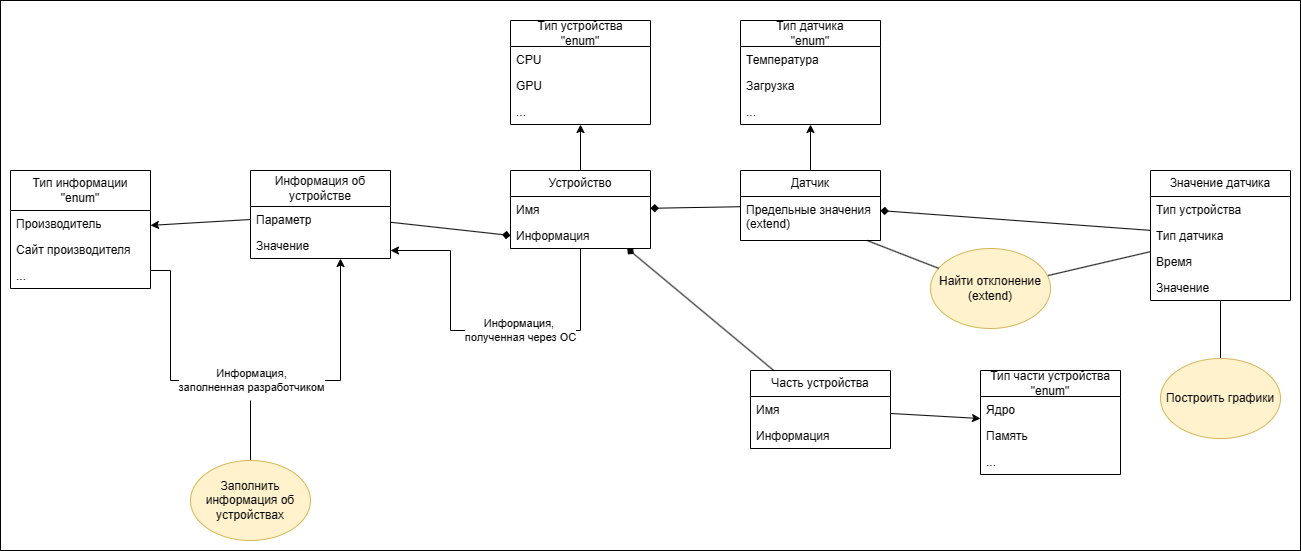
This is Диаграмма классов.png from Alekcey264/DiplomaVerevkin, a draw.io export, as it was before one commit. Source tidied: cells renumbered, new cells last; positions are measured from the earlier drawing's top-left corner, leaving out a move shared by most shapes.
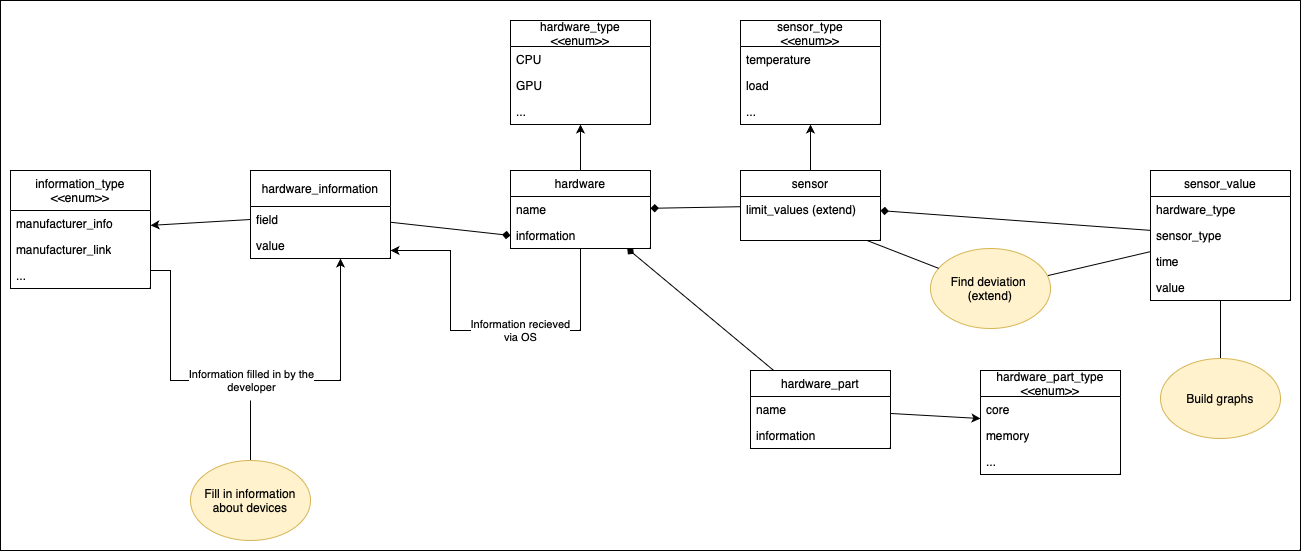
Above is the later version.

Change to the diagram source:
```diff
@@ -11,28 +11,28 @@
     <mxCell id="4" style="rounded=0;jettySize=auto;html=1;startArrow=diamond;startFill=1;endArrow=none;endFill=0;" parent="1" edge="1" source="5" target="31">
       <mxGeometry relative="1" as="geometry" />
     </mxCell>
-    <mxCell id="5" value="Устройство" style="swimlane;fontStyle=0;horizontal=1;startSize=26;fillColor=none;whiteSpace=wrap;html=1;" parent="1" vertex="1">
+    <mxCell id="5" value="hardware" style="swimlane;fontStyle=0;horizontal=1;startSize=26;fillColor=none;whiteSpace=wrap;html=1;" parent="1" vertex="1">
       <mxGeometry x="510" y="170" width="140" height="78" as="geometry" />
     </mxCell>
-    <mxCell id="6" value="Имя" style="text;strokeColor=none;fillColor=none;align=left;verticalAlign=top;spacingLeft=4;spacingRight=4;overflow=hidden;points=[[0,0.5],[1,0.5]];portConstraint=eastwest;whiteSpace=wrap;html=1;" parent="5" vertex="1">
+    <mxCell id="6" value="name" style="text;strokeColor=none;fillColor=none;align=left;verticalAlign=top;spacingLeft=4;spacingRight=4;overflow=hidden;points=[[0,0.5],[1,0.5]];portConstraint=eastwest;whiteSpace=wrap;html=1;" parent="5" vertex="1">
       <mxGeometry y="26" width="140" height="26" as="geometry" />
     </mxCell>
-    <mxCell id="7" value="Информация" style="text;strokeColor=none;fillColor=none;align=left;verticalAlign=top;spacingLeft=4;spacingRight=4;overflow=hidden;points=[[0,0.5],[1,0.5]];portConstraint=eastwest;whiteSpace=wrap;html=1;" parent="5" vertex="1">
+    <mxCell id="7" value="information" style="text;strokeColor=none;fillColor=none;align=left;verticalAlign=top;spacingLeft=4;spacingRight=4;overflow=hidden;points=[[0,0.5],[1,0.5]];portConstraint=eastwest;whiteSpace=wrap;html=1;" parent="5" vertex="1">
       <mxGeometry y="52" width="140" height="26" as="geometry" />
     </mxCell>
-    <mxCell id="8" value="Информация об устройстве" style="swimlane;fontStyle=0;horizontal=1;startSize=36;fillColor=none;whiteSpace=wrap;html=1;" parent="1" vertex="1">
+    <mxCell id="8" value="hardware_information" style="swimlane;fontStyle=0;horizontal=1;startSize=36;fillColor=none;whiteSpace=wrap;html=1;" parent="1" vertex="1">
       <mxGeometry x="250" y="170" width="140" height="88" as="geometry" />
     </mxCell>
-    <mxCell id="9" value="Параметр" style="text;strokeColor=none;fillColor=none;align=left;verticalAlign=top;spacingLeft=4;spacingRight=4;overflow=hidden;points=[[0,0.5],[1,0.5]];portConstraint=eastwest;whiteSpace=wrap;html=1;" parent="8" vertex="1">
+    <mxCell id="9" value="field" style="text;strokeColor=none;fillColor=none;align=left;verticalAlign=top;spacingLeft=4;spacingRight=4;overflow=hidden;points=[[0,0.5],[1,0.5]];portConstraint=eastwest;whiteSpace=wrap;html=1;" parent="8" vertex="1">
       <mxGeometry y="36" width="140" height="26" as="geometry" />
     </mxCell>
-    <mxCell id="10" value="Значение" style="text;strokeColor=none;fillColor=none;align=left;verticalAlign=top;spacingLeft=4;spacingRight=4;overflow=hidden;whiteSpace=wrap;html=1;" parent="8" vertex="1">
+    <mxCell id="10" value="value" style="text;strokeColor=none;fillColor=none;align=left;verticalAlign=top;spacingLeft=4;spacingRight=4;overflow=hidden;whiteSpace=wrap;html=1;" parent="8" vertex="1">
       <mxGeometry y="62" width="140" height="26" as="geometry" />
     </mxCell>
     <mxCell id="11" style="rounded=0;jettySize=auto;html=1;exitX=0;exitY=0.5;exitDx=0;exitDy=0;startArrow=diamond;startFill=1;endArrow=none;endFill=0;" parent="1" edge="1" source="7" target="8">
       <mxGeometry relative="1" as="geometry" />
     </mxCell>
-    <mxCell id="12" value="Информация, &lt;br&gt;заполненная разработчиком" style="edgeStyle=orthogonalEdgeStyle;rounded=0;jettySize=auto;html=1;" parent="1" edge="1" source="13" target="8">
+    <mxCell id="12" value="Information filled in by the&lt;br&gt;developer" style="edgeStyle=orthogonalEdgeStyle;rounded=0;jettySize=auto;html=1;" parent="1" edge="1" source="13" target="8">
       <mxGeometry relative="1" as="geometry">
         <Array as="points">
           <mxPoint x="170" y="270" />
@@ -41,13 +41,13 @@
         </Array>
       </mxGeometry>
     </mxCell>
-    <mxCell id="13" value="Тип информации&lt;br&gt;&quot;enum&quot;" style="swimlane;fontStyle=0;horizontal=1;startSize=40;fillColor=none;whiteSpace=wrap;html=1;" parent="1" vertex="1">
+    <mxCell id="13" value="information_type&lt;br&gt;&amp;lt;&amp;lt;enum&amp;gt;&amp;gt;" style="swimlane;fontStyle=0;horizontal=1;startSize=40;fillColor=none;whiteSpace=wrap;html=1;" parent="1" vertex="1">
       <mxGeometry x="10" y="170" width="140" height="118" as="geometry" />
     </mxCell>
-    <mxCell id="14" value="Производитель" style="text;strokeColor=none;fillColor=none;align=left;verticalAlign=top;spacingLeft=4;spacingRight=4;overflow=hidden;whiteSpace=wrap;html=1;" parent="13" vertex="1">
+    <mxCell id="14" value="manufacturer_info" style="text;strokeColor=none;fillColor=none;align=left;verticalAlign=top;spacingLeft=4;spacingRight=4;overflow=hidden;whiteSpace=wrap;html=1;" parent="13" vertex="1">
       <mxGeometry y="40" width="140" height="26" as="geometry" />
     </mxCell>
-    <mxCell id="15" value="Сайт производителя" style="text;strokeColor=none;fillColor=none;align=left;verticalAlign=top;spacingLeft=4;spacingRight=4;overflow=hidden;whiteSpace=wrap;html=1;" parent="13" vertex="1">
+    <mxCell id="15" value="manufacturer_link" style="text;strokeColor=none;fillColor=none;align=left;verticalAlign=top;spacingLeft=4;spacingRight=4;overflow=hidden;whiteSpace=wrap;html=1;" parent="13" vertex="1">
       <mxGeometry y="66" width="140" height="26" as="geometry" />
     </mxCell>
     <mxCell id="16" value="...&lt;br&gt;" style="text;strokeColor=none;fillColor=none;align=left;verticalAlign=top;spacingLeft=4;spacingRight=4;overflow=hidden;whiteSpace=wrap;html=1;" parent="13" vertex="1">
@@ -56,7 +56,7 @@
     <mxCell id="17" style="rounded=0;jettySize=auto;html=1;exitX=0;exitY=0.5;exitDx=0;exitDy=0;endArrow=classic;endFill=1;" parent="1" edge="1" source="9" target="13">
       <mxGeometry relative="1" as="geometry" />
     </mxCell>
-    <mxCell id="18" value="Тип устройства&lt;br&gt;&quot;enum&quot;" style="swimlane;fontStyle=0;horizontal=1;startSize=26;fillColor=none;whiteSpace=wrap;html=1;" parent="1" vertex="1">
+    <mxCell id="18" value="hardware_type&lt;br&gt;&amp;lt;&amp;lt;enum&amp;gt;&amp;gt;" style="swimlane;fontStyle=0;horizontal=1;startSize=26;fillColor=none;whiteSpace=wrap;html=1;" parent="1" vertex="1">
       <mxGeometry x="510" y="20" width="140" height="104" as="geometry" />
     </mxCell>
     <mxCell id="19" value="CPU" style="text;strokeColor=none;fillColor=none;align=left;verticalAlign=top;spacingLeft=4;spacingRight=4;overflow=hidden;whiteSpace=wrap;html=1;" parent="18" vertex="1">
@@ -74,43 +74,43 @@
     <mxCell id="23" style="rounded=0;jettySize=auto;html=1;startArrow=diamond;startFill=1;endArrow=none;endFill=0;" parent="1" edge="1" source="24" target="39">
       <mxGeometry relative="1" as="geometry" />
     </mxCell>
-    <mxCell id="24" value="Датчик" style="swimlane;fontStyle=0;horizontal=1;startSize=26;fillColor=none;whiteSpace=wrap;html=1;" parent="1" vertex="1">
+    <mxCell id="24" value="sensor" style="swimlane;fontStyle=0;horizontal=1;startSize=26;fillColor=none;whiteSpace=wrap;html=1;" parent="1" vertex="1">
       <mxGeometry x="740" y="170" width="140" height="70" as="geometry" />
     </mxCell>
-    <mxCell id="25" value="Предельные значения (extend)" style="text;strokeColor=none;fillColor=none;align=left;verticalAlign=top;spacingLeft=4;spacingRight=4;overflow=hidden;points=[[0,0.5],[1,0.5]];portConstraint=eastwest;whiteSpace=wrap;html=1;" parent="24" vertex="1">
+    <mxCell id="25" value="limit_values (extend)" style="text;strokeColor=none;fillColor=none;align=left;verticalAlign=top;spacingLeft=4;spacingRight=4;overflow=hidden;points=[[0,0.5],[1,0.5]];portConstraint=eastwest;whiteSpace=wrap;html=1;" parent="24" vertex="1">
       <mxGeometry y="26" width="140" height="44" as="geometry" />
     </mxCell>
     <mxCell id="26" style="rounded=0;jettySize=auto;html=1;startArrow=diamond;startFill=1;endArrow=none;endFill=0;" parent="1" edge="1" source="6" target="24">
       <mxGeometry relative="1" as="geometry" />
     </mxCell>
-    <mxCell id="27" value="Тип датчика&lt;br&gt;&quot;enum&quot;" style="swimlane;fontStyle=0;horizontal=1;startSize=26;fillColor=none;whiteSpace=wrap;html=1;" parent="1" vertex="1">
+    <mxCell id="27" value="sensor_type&lt;br&gt;&amp;lt;&amp;lt;enum&amp;gt;&amp;gt;" style="swimlane;fontStyle=0;horizontal=1;startSize=26;fillColor=none;whiteSpace=wrap;html=1;" parent="1" vertex="1">
       <mxGeometry x="740" y="20" width="140" height="104" as="geometry" />
     </mxCell>
-    <mxCell id="28" value="Температура" style="text;strokeColor=none;fillColor=none;align=left;verticalAlign=top;spacingLeft=4;spacingRight=4;overflow=hidden;whiteSpace=wrap;html=1;" parent="27" vertex="1">
+    <mxCell id="28" value="temperature" style="text;strokeColor=none;fillColor=none;align=left;verticalAlign=top;spacingLeft=4;spacingRight=4;overflow=hidden;whiteSpace=wrap;html=1;" parent="27" vertex="1">
       <mxGeometry y="26" width="140" height="26" as="geometry" />
     </mxCell>
-    <mxCell id="29" value="Загрузка" style="text;strokeColor=none;fillColor=none;align=left;verticalAlign=top;spacingLeft=4;spacingRight=4;overflow=hidden;whiteSpace=wrap;html=1;" parent="27" vertex="1">
+    <mxCell id="29" value="load" style="text;strokeColor=none;fillColor=none;align=left;verticalAlign=top;spacingLeft=4;spacingRight=4;overflow=hidden;whiteSpace=wrap;html=1;" parent="27" vertex="1">
       <mxGeometry y="52" width="140" height="26" as="geometry" />
     </mxCell>
     <mxCell id="30" value="..." style="text;strokeColor=none;fillColor=none;align=left;verticalAlign=top;spacingLeft=4;spacingRight=4;overflow=hidden;whiteSpace=wrap;html=1;" parent="27" vertex="1">
       <mxGeometry y="78" width="140" height="26" as="geometry" />
     </mxCell>
-    <mxCell id="31" value="Часть устройства" style="swimlane;fontStyle=0;horizontal=1;startSize=26;fillColor=none;whiteSpace=wrap;html=1;" parent="1" vertex="1">
+    <mxCell id="31" value="hardware_part" style="swimlane;fontStyle=0;horizontal=1;startSize=26;fillColor=none;whiteSpace=wrap;html=1;" parent="1" vertex="1">
       <mxGeometry x="750" y="370" width="140" height="78" as="geometry" />
     </mxCell>
-    <mxCell id="32" value="Имя" style="text;strokeColor=none;fillColor=none;align=left;verticalAlign=top;spacingLeft=4;spacingRight=4;overflow=hidden;points=[[0,0.5],[1,0.5]];portConstraint=eastwest;whiteSpace=wrap;html=1;" parent="31" vertex="1">
+    <mxCell id="32" value="name" style="text;strokeColor=none;fillColor=none;align=left;verticalAlign=top;spacingLeft=4;spacingRight=4;overflow=hidden;points=[[0,0.5],[1,0.5]];portConstraint=eastwest;whiteSpace=wrap;html=1;" parent="31" vertex="1">
       <mxGeometry y="26" width="140" height="26" as="geometry" />
     </mxCell>
-    <mxCell id="33" value="Информация" style="text;strokeColor=none;fillColor=none;align=left;verticalAlign=top;spacingLeft=4;spacingRight=4;overflow=hidden;whiteSpace=wrap;html=1;" parent="31" vertex="1">
+    <mxCell id="33" value="information" style="text;strokeColor=none;fillColor=none;align=left;verticalAlign=top;spacingLeft=4;spacingRight=4;overflow=hidden;whiteSpace=wrap;html=1;" parent="31" vertex="1">
       <mxGeometry y="52" width="140" height="26" as="geometry" />
     </mxCell>
-    <mxCell id="34" value="Тип части устройства&lt;br&gt;&quot;enum&quot;" style="swimlane;fontStyle=0;horizontal=1;startSize=26;fillColor=none;whiteSpace=wrap;html=1;" parent="1" vertex="1">
+    <mxCell id="34" value="hardware_part_type&lt;br&gt;&amp;lt;&amp;lt;enum&amp;gt;&amp;gt;" style="swimlane;fontStyle=0;horizontal=1;startSize=26;fillColor=none;whiteSpace=wrap;html=1;" parent="1" vertex="1">
       <mxGeometry x="980" y="370" width="140" height="104" as="geometry" />
     </mxCell>
-    <mxCell id="35" value="Ядро" style="text;strokeColor=none;fillColor=none;align=left;verticalAlign=top;spacingLeft=4;spacingRight=4;overflow=hidden;whiteSpace=wrap;html=1;" parent="34" vertex="1">
+    <mxCell id="35" value="core" style="text;strokeColor=none;fillColor=none;align=left;verticalAlign=top;spacingLeft=4;spacingRight=4;overflow=hidden;whiteSpace=wrap;html=1;" parent="34" vertex="1">
       <mxGeometry y="26" width="140" height="26" as="geometry" />
     </mxCell>
-    <mxCell id="36" value="Память" style="text;strokeColor=none;fillColor=none;align=left;verticalAlign=top;spacingLeft=4;spacingRight=4;overflow=hidden;whiteSpace=wrap;html=1;" parent="34" vertex="1">
+    <mxCell id="36" value="memory" style="text;strokeColor=none;fillColor=none;align=left;verticalAlign=top;spacingLeft=4;spacingRight=4;overflow=hidden;whiteSpace=wrap;html=1;" parent="34" vertex="1">
       <mxGeometry y="52" width="140" height="26" as="geometry" />
     </mxCell>
     <mxCell id="37" value="..." style="text;strokeColor=none;fillColor=none;align=left;verticalAlign=top;spacingLeft=4;spacingRight=4;overflow=hidden;whiteSpace=wrap;html=1;" parent="34" vertex="1">
@@ -119,37 +119,37 @@
     <mxCell id="38" style="rounded=0;jettySize=auto;html=1;endArrow=classic;endFill=1;" parent="1" edge="1" source="32" target="34">
       <mxGeometry relative="1" as="geometry" />
     </mxCell>
-    <mxCell id="39" value="Значение датчика" style="swimlane;fontStyle=0;horizontal=1;startSize=26;fillColor=none;whiteSpace=wrap;html=1;" parent="1" vertex="1">
+    <mxCell id="39" value="sensor_value" style="swimlane;fontStyle=0;horizontal=1;startSize=26;fillColor=none;whiteSpace=wrap;html=1;" parent="1" vertex="1">
       <mxGeometry x="1150" y="170" width="140" height="130" as="geometry" />
     </mxCell>
-    <mxCell id="40" value="Тип устройства" style="text;strokeColor=none;fillColor=none;align=left;verticalAlign=top;spacingLeft=4;spacingRight=4;overflow=hidden;whiteSpace=wrap;html=1;" parent="39" vertex="1">
+    <mxCell id="40" value="hardware_type" style="text;strokeColor=none;fillColor=none;align=left;verticalAlign=top;spacingLeft=4;spacingRight=4;overflow=hidden;whiteSpace=wrap;html=1;" parent="39" vertex="1">
       <mxGeometry y="26" width="140" height="26" as="geometry" />
     </mxCell>
-    <mxCell id="41" value="Тип датчика" style="text;strokeColor=none;fillColor=none;align=left;verticalAlign=top;spacingLeft=4;spacingRight=4;overflow=hidden;whiteSpace=wrap;html=1;" parent="39" vertex="1">
+    <mxCell id="41" value="sensor_type" style="text;strokeColor=none;fillColor=none;align=left;verticalAlign=top;spacingLeft=4;spacingRight=4;overflow=hidden;whiteSpace=wrap;html=1;" parent="39" vertex="1">
       <mxGeometry y="52" width="140" height="26" as="geometry" />
     </mxCell>
-    <mxCell id="42" value="Время" style="text;strokeColor=none;fillColor=none;align=left;verticalAlign=top;spacingLeft=4;spacingRight=4;overflow=hidden;whiteSpace=wrap;html=1;" parent="39" vertex="1">
+    <mxCell id="42" value="time" style="text;strokeColor=none;fillColor=none;align=left;verticalAlign=top;spacingLeft=4;spacingRight=4;overflow=hidden;whiteSpace=wrap;html=1;" parent="39" vertex="1">
       <mxGeometry y="78" width="140" height="26" as="geometry" />
     </mxCell>
-    <mxCell id="43" value="Значение" style="text;strokeColor=none;fillColor=none;align=left;verticalAlign=top;spacingLeft=4;spacingRight=4;overflow=hidden;whiteSpace=wrap;html=1;" parent="39" vertex="1">
+    <mxCell id="43" value="value" style="text;strokeColor=none;fillColor=none;align=left;verticalAlign=top;spacingLeft=4;spacingRight=4;overflow=hidden;whiteSpace=wrap;html=1;" parent="39" vertex="1">
       <mxGeometry y="104" width="140" height="26" as="geometry" />
     </mxCell>
     <mxCell id="44" style="edgeStyle=orthogonalEdgeStyle;rounded=0;jettySize=auto;html=1;endArrow=none;endFill=0;" parent="1" edge="1" source="45" target="39">
       <mxGeometry relative="1" as="geometry" />
     </mxCell>
-    <mxCell id="45" value="Построить графики" style="ellipse;whiteSpace=wrap;html=1;fillColor=#fff2cc;strokeColor=#d6b656;" parent="1" vertex="1">
+    <mxCell id="45" value="Build graphs" style="ellipse;whiteSpace=wrap;html=1;fillColor=#fff2cc;strokeColor=#d6b656;" parent="1" vertex="1">
       <mxGeometry x="1160" y="358" width="120" height="80" as="geometry" />
     </mxCell>
     <mxCell id="46" style="rounded=0;jettySize=auto;html=1;endArrow=none;endFill=0;" parent="1" edge="1" source="47" target="39">
       <mxGeometry relative="1" as="geometry" />
     </mxCell>
-    <mxCell id="47" value="Найти отклонение&lt;br&gt;(extend)" style="ellipse;whiteSpace=wrap;html=1;fillColor=#fff2cc;strokeColor=#d6b656;" parent="1" vertex="1">
+    <mxCell id="47" value="Find&amp;nbsp;deviation&amp;nbsp;&lt;br&gt;(extend)" style="ellipse;whiteSpace=wrap;html=1;fillColor=#fff2cc;strokeColor=#d6b656;" parent="1" vertex="1">
       <mxGeometry x="930" y="248" width="120" height="80" as="geometry" />
     </mxCell>
     <mxCell id="48" style="rounded=0;jettySize=auto;html=1;endArrow=none;endFill=0;" parent="1" edge="1" source="25" target="47">
       <mxGeometry relative="1" as="geometry" />
     </mxCell>
-    <mxCell id="49" value="Информация,&amp;nbsp;&lt;br&gt;полученная через ОС" style="edgeStyle=orthogonalEdgeStyle;rounded=0;jettySize=auto;html=1;" parent="1" edge="1" source="7" target="8">
+    <mxCell id="49" value="Information recieved&lt;br&gt;via OS" style="edgeStyle=orthogonalEdgeStyle;rounded=0;jettySize=auto;html=1;" parent="1" edge="1" source="7" target="8">
       <mxGeometry x="-0.19" relative="1" as="geometry">
         <Array as="points">
           <mxPoint x="580" y="330" />
@@ -163,7 +163,7 @@
         <mxPoint x="250" y="400" as="targetPoint" />
       </mxGeometry>
     </mxCell>
-    <mxCell id="51" value="Заполнить информация об устройствах" style="ellipse;whiteSpace=wrap;html=1;fillColor=#fff2cc;strokeColor=#d6b656;" parent="1" vertex="1">
+    <mxCell id="51" value="Fill in information about devices" style="ellipse;whiteSpace=wrap;html=1;fillColor=#fff2cc;strokeColor=#d6b656;" parent="1" vertex="1">
       <mxGeometry x="190" y="460" width="120" height="80" as="geometry" />
     </mxCell>
   </root>
```
